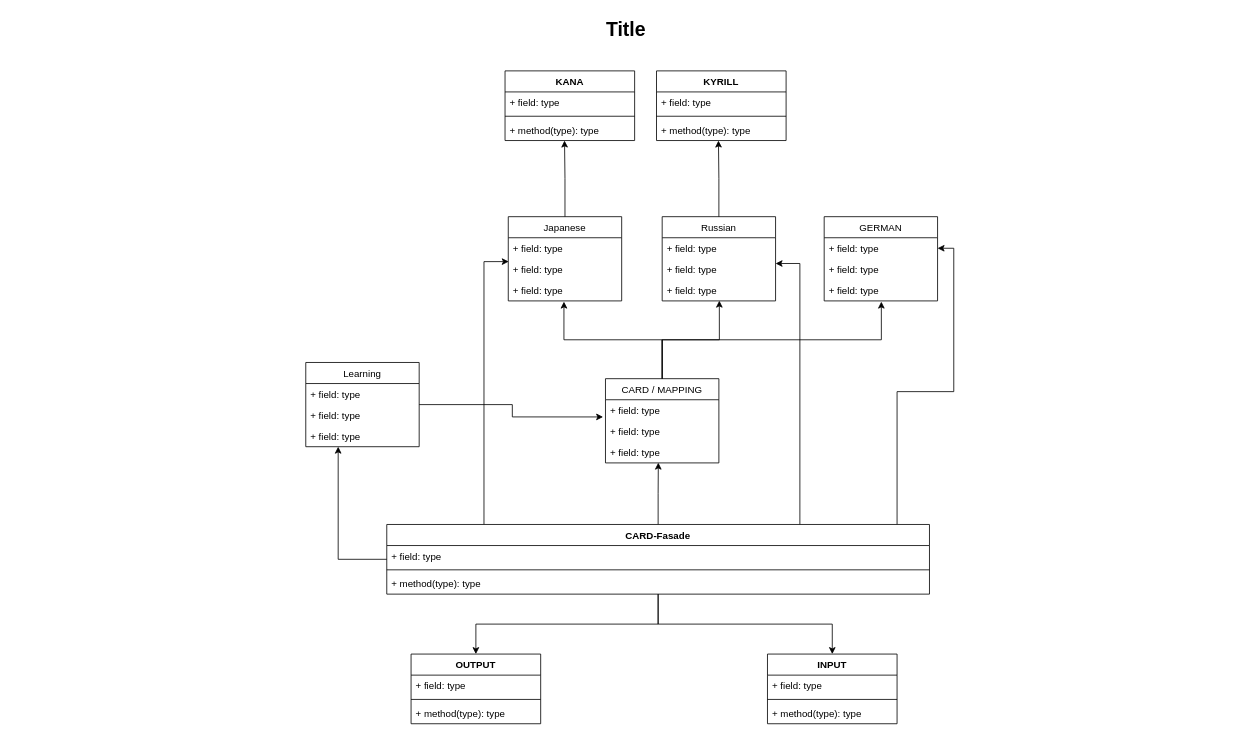
BreakingBad111/TestProject keeps this draw.io diagram as Untitled Diagram.drawio. Above is the earlier version. Source tidied: cells renumbered, new cells numbered last; positions are measured from the earlier drawing's top-left corner, leaving out a move shared by most shapes. Both pictures are drawn from the tidied source at 81%, with x=0, y=0 at pixel (14, 14).
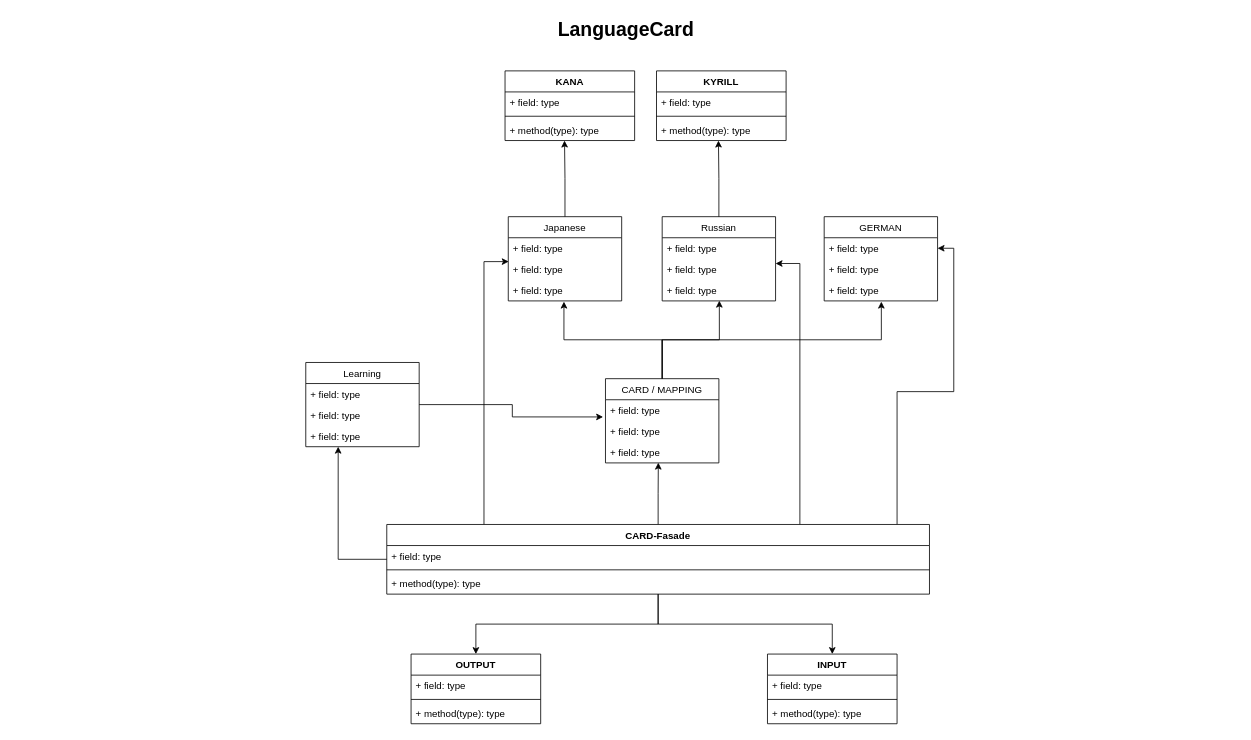
The same diagram, later.

The edit, as a diff of the source:
```diff
@@
-    <mxCell id="2" value="Title" style="text;strokeColor=none;fillColor=none;html=1;fontSize=24;fontStyle=1;verticalAlign=middle;align=center;" parent="1" vertex="1">
+    <mxCell id="2" value="LanguageCard" style="text;strokeColor=none;fillColor=none;html=1;fontSize=24;fontStyle=1;verticalAlign=middle;align=center;" parent="1" vertex="1">
       <mxGeometry width="1510" height="40" as="geometry" />
     </mxCell>
```
